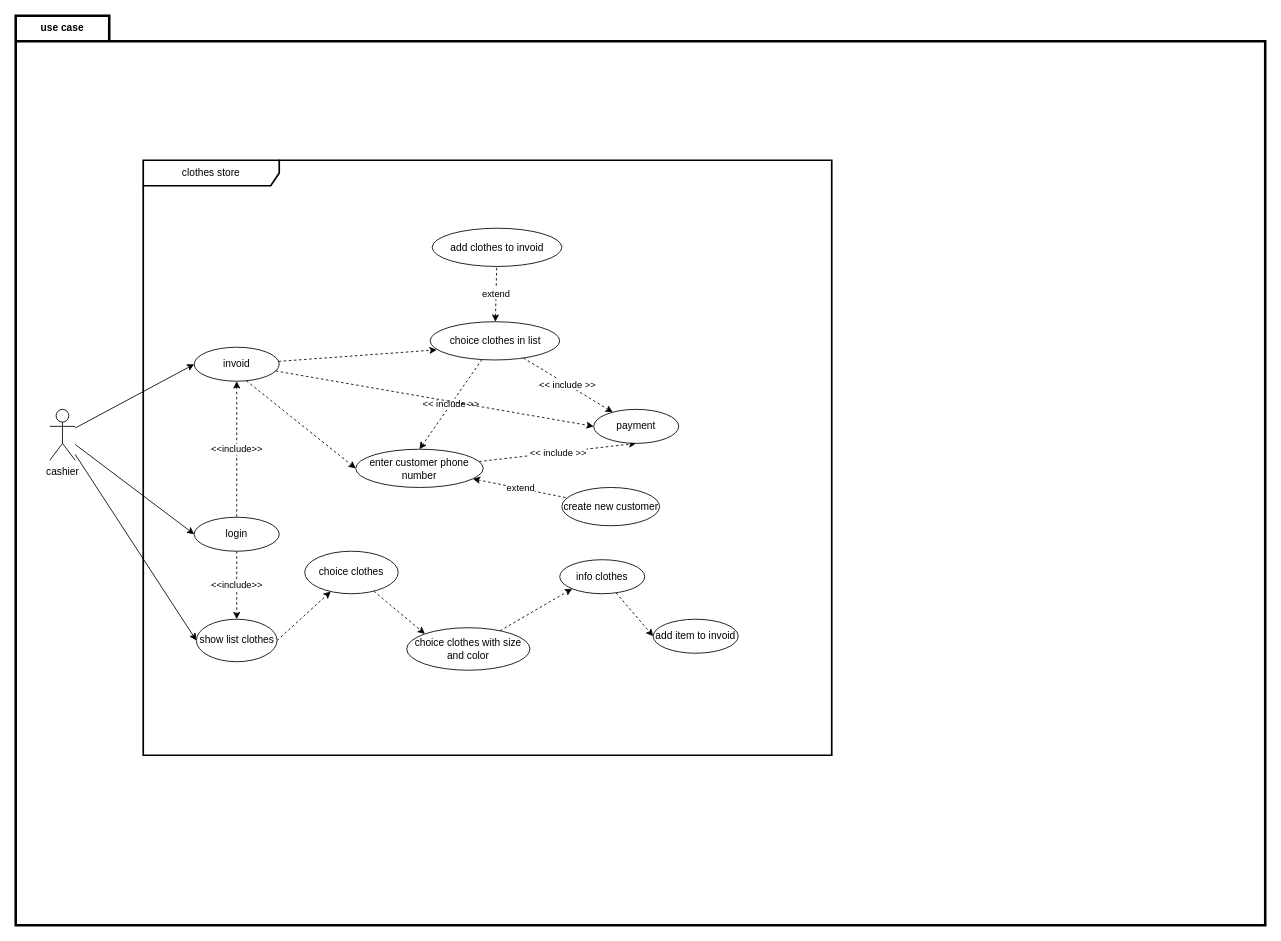
Earlier version of the draw.io diagram page "use case" (2 of 8) of diagram/diagram.drawio (CuDuyToan/S). Source tidied: cells renumbered, new cells numbered last; positions are measured from the earlier drawing's top-left corner, leaving out a move shared by most shapes. Both pictures are drawn from the tidied source at 85%, with x=0, y=0 at pixel (15, 15).
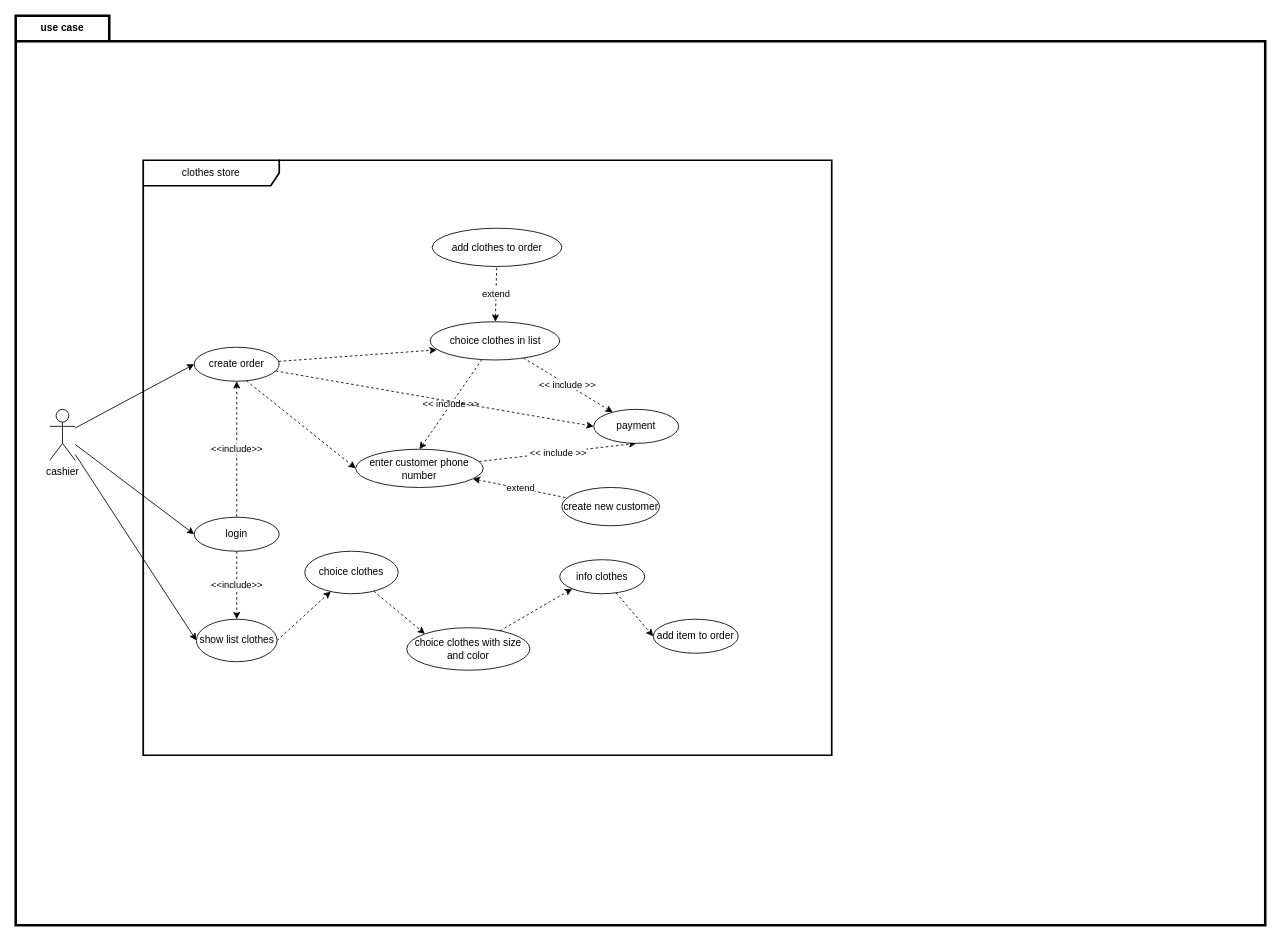
Above is the later version.

The change refers to these unchanged cells:
```xml
<mxCell id="2" value="use case" style="shape=folder;fontStyle=1;tabWidth=110;tabHeight=30;tabPosition=left;html=1;boundedLbl=1;labelInHeader=1;whiteSpace=wrap;fillColor=default;strokeWidth=3;" parent="1" vertex="1">
  <mxGeometry width="1470" height="1070" as="geometry" />
</mxCell>
<mxCell id="3" value="clothes store" style="shape=umlFrame;whiteSpace=wrap;html=1;width=160;strokeWidth=2;" parent="2" vertex="1">
  <mxGeometry x="150" y="170" width="810" height="700" as="geometry" />
</mxCell>
```

Diff of the diagram source:
```diff
@@
-    <mxCell id="4" value="invoid" style="ellipse;html=1;whiteSpace=wrap;" parent="3" vertex="1">
+    <mxCell id="4" value="create order" style="ellipse;html=1;whiteSpace=wrap;" parent="3" vertex="1">
       <mxGeometry x="60" y="220" width="100" height="40" as="geometry" />
     </mxCell>
@@
-    <mxCell id="15" value="add clothes to invoid" style="ellipse;html=1;whiteSpace=wrap;" parent="2" vertex="1">
+    <mxCell id="15" value="add clothes to order" style="ellipse;html=1;whiteSpace=wrap;" parent="2" vertex="1">
       <mxGeometry x="490" y="250" width="152.5" height="45" as="geometry" />
     </mxCell>
@@
-    <mxCell id="25" value="add item to invoid" style="ellipse;html=1;whiteSpace=wrap;" parent="2" vertex="1">
+    <mxCell id="25" value="add item to order" style="ellipse;html=1;whiteSpace=wrap;" parent="2" vertex="1">
       <mxGeometry x="750" y="710" width="100" height="40" as="geometry" />
     </mxCell>
```
